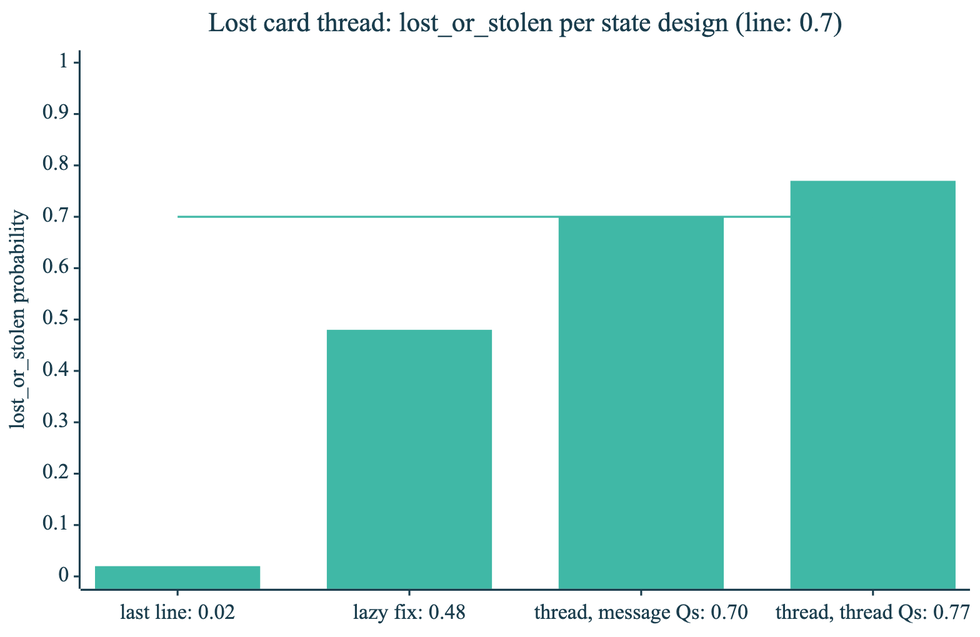
Before: course/diagrams/module_02/p2-demo-lost-card.png, a diagram exported from Mermaid (axel-sirota/getting_started_jev). Its source is kept beside it as course/diagrams/module_02/p2-demo-lost-card.mmd.
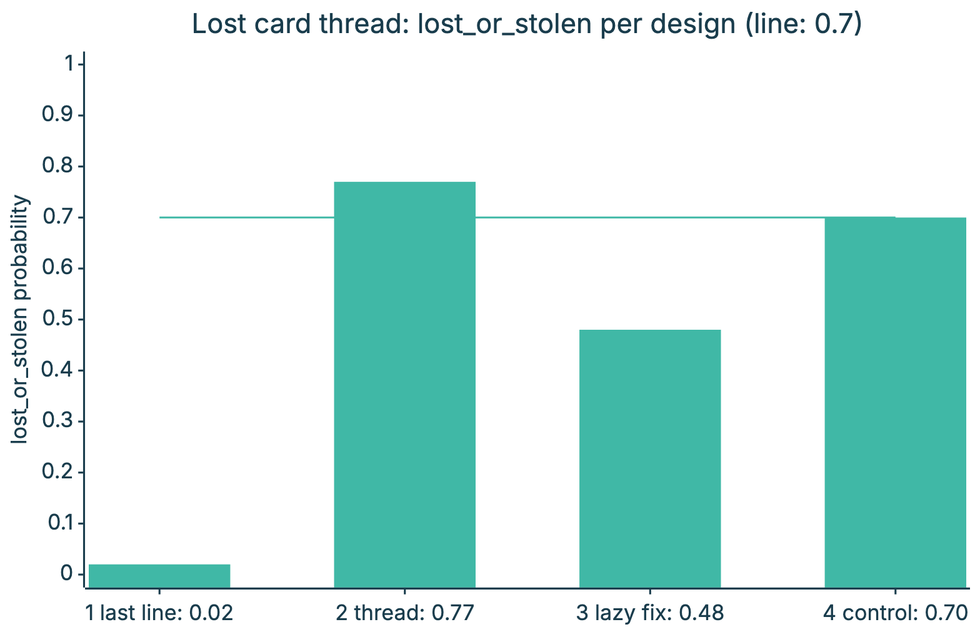
The same diagram one commit later.

The edit, as a diff of the source:
```diff
@@ -1,7 +1,7 @@
 %%{init: {"theme": "base", "themeVariables": {"fontFamily": "Inter, sans-serif", "primaryColor": "#ECF8F6", "primaryBorderColor": "#40B8A6", "primaryTextColor": "#111827", "lineColor": "#1A3D4D", "secondaryColor": "#F9FAFB", "tertiaryColor": "#FFFFFF", "clusterBkg": "#F9FAFB", "clusterBorder": "#D1D5DB", "actorBkg": "#ECF8F6", "actorBorder": "#40B8A6", "noteBkgColor": "#FFF6DA", "noteBorderColor": "#E0B84C"}}}%%
 xychart-beta
-  title "Lost card thread: lost_or_stolen per state design (line: 0.7)"
-  x-axis ["last line: 0.02", "lazy fix: 0.48", "thread, message Qs: 0.70", "thread, thread Qs: 0.77"]
+  title "Lost card thread: lost_or_stolen per design (line: 0.7)"
+  x-axis ["1 last line: 0.02", "2 thread: 0.77", "3 lazy fix: 0.48", "4 control: 0.70"]
   y-axis "lost_or_stolen probability" 0 --> 1
-  bar [0.02, 0.48, 0.70, 0.77]
+  bar [0.02, 0.77, 0.48, 0.70]
   line [0.7, 0.7, 0.7, 0.7]
```
